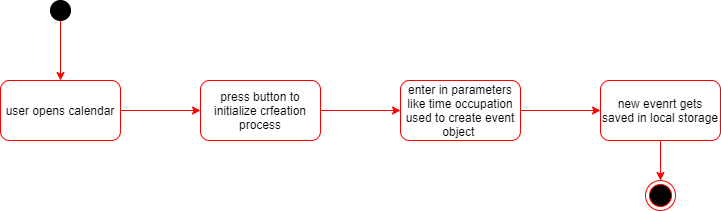
Above: docs/usecase2.drawio.png in PatrickFreyy/PlanIt (draw.io), before the change. Source tidied: cells renumbered, new cells last; positions are measured from the earlier drawing's top-left corner, leaving out a move shared by most shapes. The source it was exported from:
```xml
<mxGraphModel>
  <root>
    <mxCell id="0" />
    <mxCell id="1" parent="0" />
    <mxCell id="2" style="edgeStyle=orthogonalEdgeStyle;rounded=0;jettySize=auto;html=1;strokeColor=#FF0000;" parent="1" edge="1" source="3" target="5">
      <mxGeometry relative="1" as="geometry" />
    </mxCell>
    <mxCell id="3" style="ellipse;whiteSpace=wrap;html=1;fillColor=#000000;" parent="1" vertex="1">
      <mxGeometry x="50" width="20" height="20" as="geometry" />
    </mxCell>
    <mxCell id="4" style="edgeStyle=orthogonalEdgeStyle;rounded=0;jettySize=auto;html=1;strokeColor=#FF0000;" parent="1" edge="1" source="5" target="7">
      <mxGeometry relative="1" as="geometry" />
    </mxCell>
    <mxCell id="5" value="user opens calendar" style="rounded=1;whiteSpace=wrap;html=1;fillColor=#FFFFFF;strokeColor=#FF0000;" parent="1" vertex="1">
      <mxGeometry y="80" width="120" height="60" as="geometry" />
    </mxCell>
    <mxCell id="6" style="edgeStyle=orthogonalEdgeStyle;rounded=0;jettySize=auto;html=1;strokeColor=#FF0000;" parent="1" edge="1" source="7" target="9">
      <mxGeometry relative="1" as="geometry" />
    </mxCell>
    <mxCell id="7" value="press button to initialize crfeation process" style="rounded=1;whiteSpace=wrap;html=1;fillColor=#FFFFFF;strokeColor=#FF0000;" parent="1" vertex="1">
      <mxGeometry x="200" y="80" width="120" height="60" as="geometry" />
    </mxCell>
    <mxCell id="8" style="edgeStyle=orthogonalEdgeStyle;rounded=0;jettySize=auto;html=1;strokeColor=#FF0000;" parent="1" edge="1" source="9" target="11">
      <mxGeometry relative="1" as="geometry" />
    </mxCell>
    <mxCell id="9" value="enter in parameters like time occupation used to create event object&amp;nbsp;" style="whiteSpace=wrap;html=1;rounded=1;strokeColor=#FF0000;fillColor=#FFFFFF;" parent="1" vertex="1">
      <mxGeometry x="400" y="80" width="120" height="60" as="geometry" />
    </mxCell>
    <mxCell id="10" style="edgeStyle=orthogonalEdgeStyle;rounded=0;jettySize=auto;html=1;strokeColor=#FF0000;" parent="1" edge="1" source="11" target="12">
      <mxGeometry relative="1" as="geometry" />
    </mxCell>
    <mxCell id="11" value="new evenrt gets saved in local storage" style="whiteSpace=wrap;html=1;rounded=1;strokeColor=#FF0000;fillColor=#FFFFFF;" parent="1" vertex="1">
      <mxGeometry x="600" y="80" width="120" height="60" as="geometry" />
    </mxCell>
    <mxCell id="12" style="ellipse;html=1;shape=endState;fillColor=#000000;strokeColor=#ff0000;" parent="1" vertex="1">
      <mxGeometry x="645" y="180" width="30" height="30" as="geometry" />
    </mxCell>
  </root>
</mxGraphModel>
```
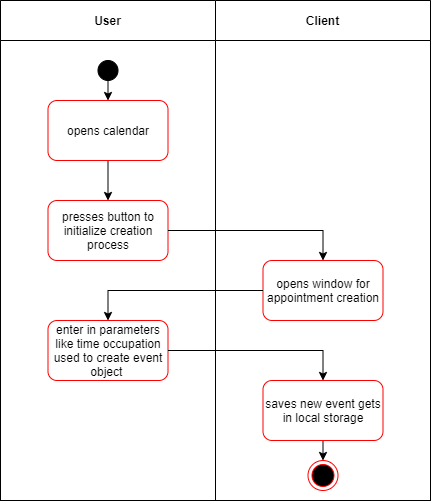
After the change.

Commit message:
update activity diagram uc 2

Change to the diagram source:
```diff
@@ -2,38 +2,56 @@
   <root>
     <mxCell id="0" />
     <mxCell id="1" parent="0" />
+    <mxCell id="13" style="shape=table;rowLines=0;columnLines=0;startSize=0;fillColor=none;" parent="1" vertex="1">
+      <mxGeometry x="110" y="-15" width="430" height="500" as="geometry" />
+    </mxCell>
+    <mxCell id="14" style="swimlane;horizontal=0;startSize=0;" parent="13" vertex="1">
+      <mxGeometry width="430" height="500" as="geometry" />
+    </mxCell>
+    <mxCell id="15" value="User" style="swimlane;startSize=40;" parent="14" vertex="1">
+      <mxGeometry width="215" height="500" as="geometry" />
+    </mxCell>
+    <mxCell id="4" style="edgeStyle=orthogonalEdgeStyle;rounded=0;jettySize=auto;html=1;exitX=0.5;exitY=1;exitDx=0;exitDy=0;entryX=0.5;entryY=0;entryDx=0;entryDy=0;" parent="15" edge="1" source="5" target="7">
+      <mxGeometry relative="1" as="geometry" />
+    </mxCell>
+    <mxCell id="5" value="opens calendar" style="rounded=1;whiteSpace=wrap;html=1;fillColor=#FFFFFF;strokeColor=#FF0000;" parent="15" vertex="1">
+      <mxGeometry x="47.5" y="100" width="120" height="60" as="geometry" />
+    </mxCell>
+    <mxCell id="7" value="presses button to initialize creation process" style="rounded=1;whiteSpace=wrap;html=1;fillColor=#FFFFFF;strokeColor=#FF0000;" parent="15" vertex="1">
+      <mxGeometry x="47.5" y="200" width="120" height="60" as="geometry" />
+    </mxCell>
+    <mxCell id="9" value="enter in parameters like time occupation used to create event object&amp;nbsp;" style="whiteSpace=wrap;html=1;rounded=1;strokeColor=#FF0000;fillColor=#FFFFFF;" parent="15" vertex="1">
+      <mxGeometry x="47.5" y="320" width="120" height="60" as="geometry" />
+    </mxCell>
-    <mxCell id="2" style="edgeStyle=orthogonalEdgeStyle;rounded=0;jettySize=auto;html=1;strokeColor=#FF0000;" parent="1" edge="1" source="3" target="5">
+    <mxCell id="2" style="edgeStyle=orthogonalEdgeStyle;rounded=0;jettySize=auto;html=1;exitX=0.5;exitY=1;exitDx=0;exitDy=0;entryX=0.5;entryY=0;entryDx=0;entryDy=0;" parent="15" edge="1" source="3" target="5">
       <mxGeometry relative="1" as="geometry" />
     </mxCell>
-    <mxCell id="3" style="ellipse;whiteSpace=wrap;html=1;fillColor=#000000;" parent="1" vertex="1">
-      <mxGeometry x="50" width="20" height="20" as="geometry" />
+    <mxCell id="3" style="ellipse;whiteSpace=wrap;html=1;fillColor=#000000;" parent="15" vertex="1">
+      <mxGeometry x="97.5" y="60" width="20" height="20" as="geometry" />
     </mxCell>
-    <mxCell id="4" style="edgeStyle=orthogonalEdgeStyle;rounded=0;jettySize=auto;html=1;strokeColor=#FF0000;" parent="1" edge="1" source="5" target="7">
-      <mxGeometry relative="1" as="geometry" />
-    </mxCell>
-    <mxCell id="5" value="user opens calendar" style="rounded=1;whiteSpace=wrap;html=1;fillColor=#FFFFFF;strokeColor=#FF0000;" parent="1" vertex="1">
-      <mxGeometry y="80" width="120" height="60" as="geometry" />
-    </mxCell>
-    <mxCell id="6" style="edgeStyle=orthogonalEdgeStyle;rounded=0;jettySize=auto;html=1;strokeColor=#FF0000;" parent="1" edge="1" source="7" target="9">
-      <mxGeometry relative="1" as="geometry" />
-    </mxCell>
-    <mxCell id="7" value="press button to initialize crfeation process" style="rounded=1;whiteSpace=wrap;html=1;fillColor=#FFFFFF;strokeColor=#FF0000;" parent="1" vertex="1">
-      <mxGeometry x="200" y="80" width="120" height="60" as="geometry" />
-    </mxCell>
-    <mxCell id="8" style="edgeStyle=orthogonalEdgeStyle;rounded=0;jettySize=auto;html=1;strokeColor=#FF0000;" parent="1" edge="1" source="9" target="11">
-      <mxGeometry relative="1" as="geometry" />
-    </mxCell>
-    <mxCell id="9" value="enter in parameters like time occupation used to create event object&amp;nbsp;" style="whiteSpace=wrap;html=1;rounded=1;strokeColor=#FF0000;fillColor=#FFFFFF;" parent="1" vertex="1">
-      <mxGeometry x="400" y="80" width="120" height="60" as="geometry" />
-    </mxCell>
+    <mxCell id="16" value="Client" style="swimlane;startSize=40;" parent="14" vertex="1">
+      <mxGeometry x="215" width="215" height="500" as="geometry" />
+    </mxCell>
+    <mxCell id="17" value="opens window for appointment creation" style="whiteSpace=wrap;html=1;rounded=1;strokeColor=#FF0000;fillColor=#FFFFFF;" parent="16" vertex="1">
+      <mxGeometry x="47.5" y="260" width="120" height="60" as="geometry" />
+    </mxCell>
-    <mxCell id="10" style="edgeStyle=orthogonalEdgeStyle;rounded=0;jettySize=auto;html=1;strokeColor=#FF0000;" parent="1" edge="1" source="11" target="12">
+    <mxCell id="10" style="edgeStyle=orthogonalEdgeStyle;rounded=0;jettySize=auto;html=1;exitX=0.5;exitY=1;exitDx=0;exitDy=0;entryX=0.5;entryY=0;entryDx=0;entryDy=0;" parent="16" edge="1" source="11" target="12">
       <mxGeometry relative="1" as="geometry" />
     </mxCell>
-    <mxCell id="11" value="new evenrt gets saved in local storage" style="whiteSpace=wrap;html=1;rounded=1;strokeColor=#FF0000;fillColor=#FFFFFF;" parent="1" vertex="1">
-      <mxGeometry x="600" y="80" width="120" height="60" as="geometry" />
+    <mxCell id="11" value="saves new event gets in local storage" style="whiteSpace=wrap;html=1;rounded=1;strokeColor=#FF0000;fillColor=#FFFFFF;" parent="16" vertex="1">
+      <mxGeometry x="47.5" y="380" width="120" height="60" as="geometry" />
     </mxCell>
-    <mxCell id="12" style="ellipse;html=1;shape=endState;fillColor=#000000;strokeColor=#ff0000;" parent="1" vertex="1">
-      <mxGeometry x="645" y="180" width="30" height="30" as="geometry" />
+    <mxCell id="12" style="ellipse;html=1;shape=endState;fillColor=#000000;strokeColor=#ff0000;" parent="16" vertex="1">
+      <mxGeometry x="92.5" y="460" width="30" height="30" as="geometry" />
     </mxCell>
+    <mxCell id="18" style="edgeStyle=orthogonalEdgeStyle;rounded=0;jettySize=auto;html=1;exitX=1;exitY=0.5;exitDx=0;exitDy=0;entryX=0.5;entryY=0;entryDx=0;entryDy=0;" parent="14" edge="1" source="7" target="17">
+      <mxGeometry relative="1" as="geometry" />
+    </mxCell>
+    <mxCell id="19" style="edgeStyle=orthogonalEdgeStyle;rounded=0;jettySize=auto;html=1;exitX=0;exitY=0.5;exitDx=0;exitDy=0;entryX=0.5;entryY=0;entryDx=0;entryDy=0;" parent="14" edge="1" source="17" target="9">
+      <mxGeometry relative="1" as="geometry" />
+    </mxCell>
+    <mxCell id="8" style="edgeStyle=orthogonalEdgeStyle;rounded=0;jettySize=auto;html=1;exitX=1;exitY=0.5;exitDx=0;exitDy=0;entryX=0.5;entryY=0;entryDx=0;entryDy=0;" parent="14" edge="1" source="9" target="11">
+      <mxGeometry relative="1" as="geometry" />
+    </mxCell>
   </root>
 </mxGraphModel>
```
